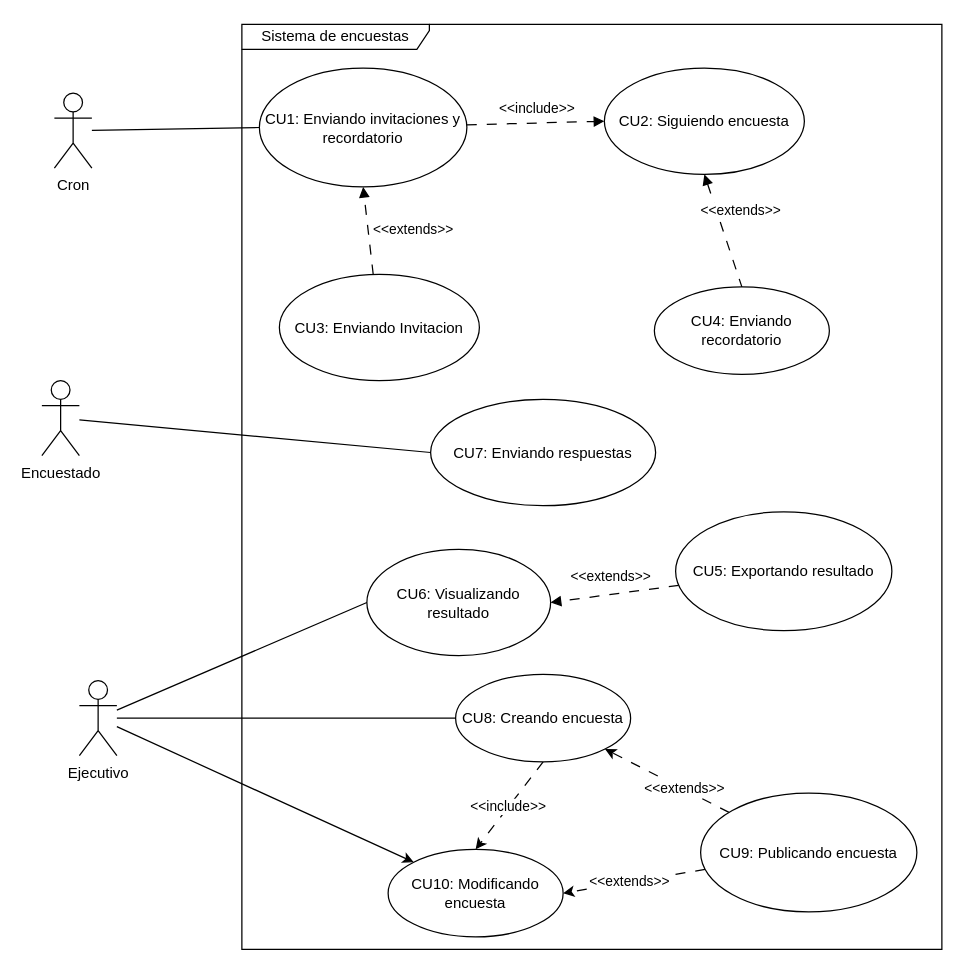
The draw.io diagram page "CU_V2" (3 of 15) of analisis-de-sistemas/TPI Analisis de Sistemas.drawio in repocdlf/actividades-up, before the edit. Source tidied: cells renumbered, new cells numbered last; positions are measured from the earlier drawing's top-left corner, leaving out a move shared by most shapes. Both pictures are drawn from the tidied source at 125%, with x=0, y=0 at pixel (41, 24).
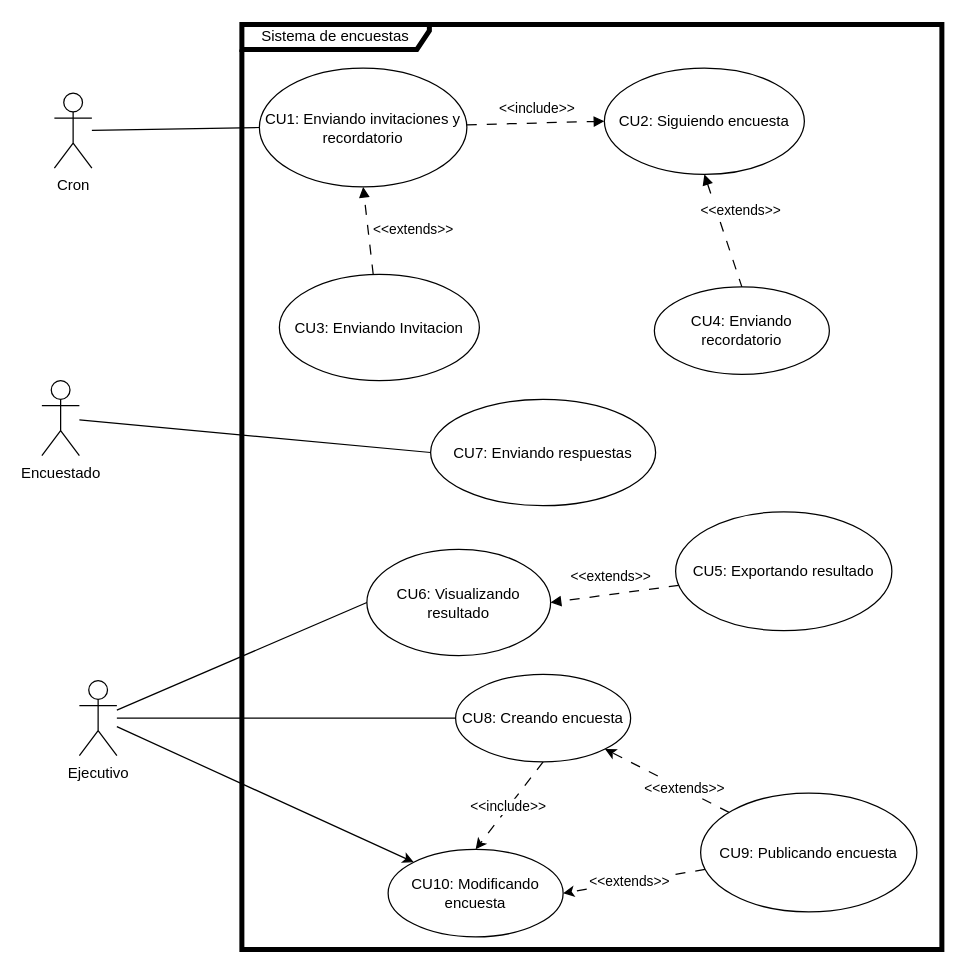
After the change.

Diff of the diagram source:
```diff
@@
-    <mxCell id="2" value="Sistema de encuestas" style="shape=umlFrame;whiteSpace=wrap;html=1;width=150;height=20;" parent="1" vertex="1">
+    <mxCell id="2" value="Sistema de encuestas" style="shape=umlFrame;whiteSpace=wrap;html=1;width=150;height=20;strokeWidth=4;" parent="1" vertex="1">
       <mxGeometry x="160" width="560" height="740" as="geometry" />
     </mxCell>
```
